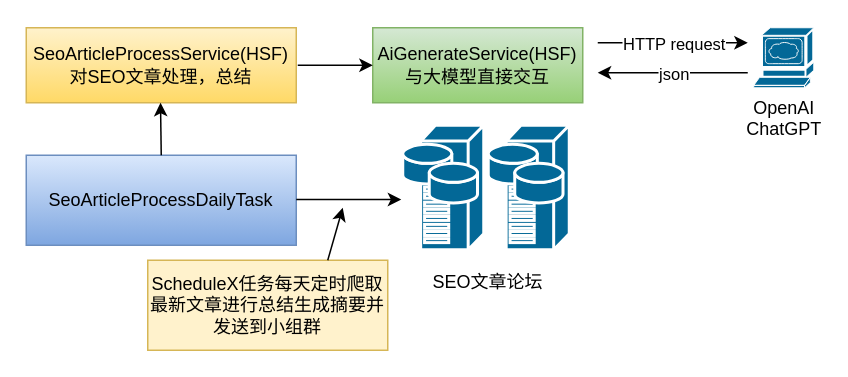
This is 利用大模型总结SEO文章.drawio from kdoclg/git_study, a draw.io file, before an edit. Source tidied: cells renumbered, new cells numbered last; positions are measured from the earlier drawing's top-left corner, leaving out a move shared by most shapes. Both pictures are drawn from the tidied source at 150%, with x=0, y=0 at pixel (26, 27).
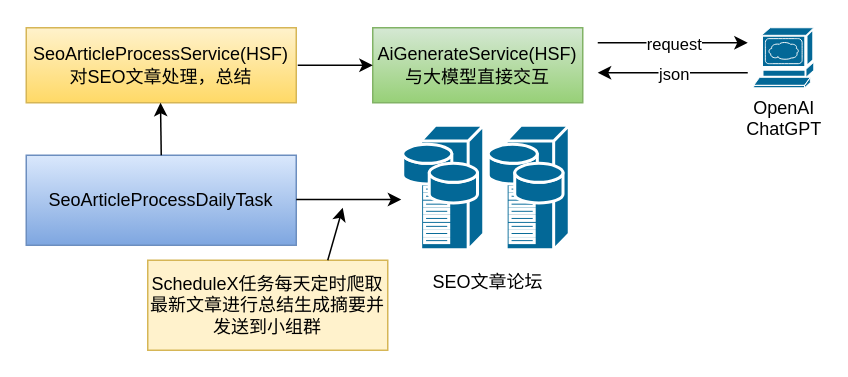
The same page after the edit.

Commit message:
更新利用大模型总结SEO文章.drawio

The change refers to these unchanged cells:
```xml
<mxCell id="5" style="endArrow=classic;html=1;rounded=0;" parent="1" edge="1">
  <mxGeometry relative="1" as="geometry">
    <mxPoint x="381" y="10" as="sourcePoint" />
    <mxPoint x="481" y="10" as="targetPoint" />
  </mxGeometry>
</mxCell>
```

Diff of the diagram source:
```diff
@@
-    <mxCell id="6" value="HTTP request" style="edgeLabel;html=1;align=center;verticalAlign=middle;" parent="5" vertex="1">
+    <mxCell id="6" value="request" style="edgeLabel;html=1;align=center;verticalAlign=middle;" parent="5" vertex="1">
       <mxGeometry relative="1" as="geometry" />
     </mxCell>
```
